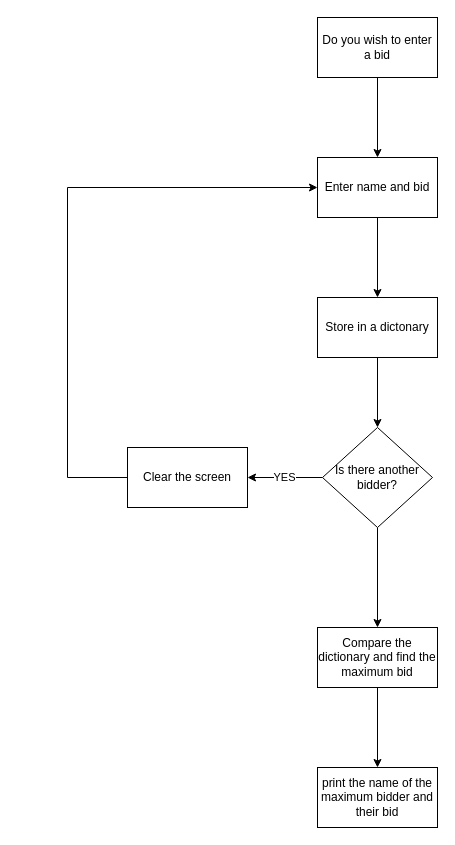
This is BlindAuction.drawio from andoski99/andoski99, a draw.io file, before an edit. Source tidied: cells renumbered, new cells numbered last; positions are measured from the earlier drawing's top-left corner, leaving out a move shared by most shapes. Both pictures are drawn from the tidied source at 100%, with x=0, y=0 at pixel (67, 17).
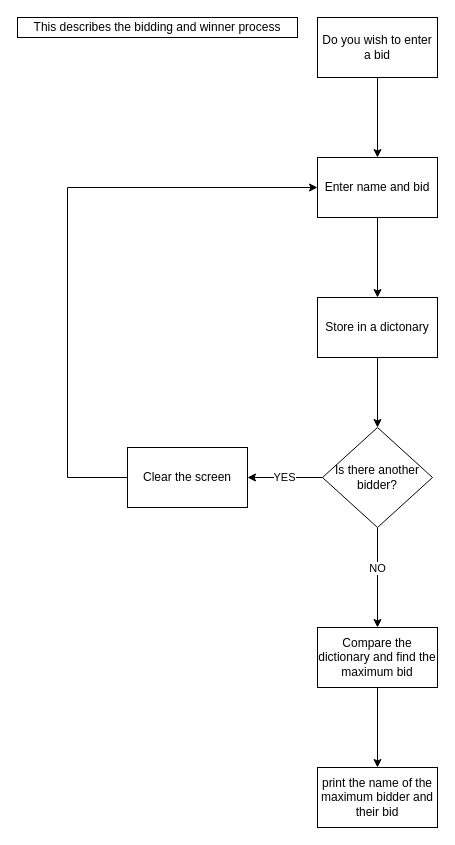
Above is the later version.

What changed in the source:
```diff
@@
 <mxGraphModel>
   <root>
     <mxCell id="0" />
     <mxCell id="1" parent="0" />
     <mxCell id="2" style="edgeStyle=orthogonalEdgeStyle;rounded=0;jettySize=auto;html=1;" parent="1" edge="1" source="3" target="5">
       <mxGeometry relative="1" as="geometry" />
     </mxCell>
     <mxCell id="3" value="Do you wish to enter a bid" style="rounded=0;whiteSpace=wrap;html=1;" parent="1" vertex="1">
       <mxGeometry x="250" width="120" height="60" as="geometry" />
     </mxCell>
     <mxCell id="4" style="edgeStyle=orthogonalEdgeStyle;rounded=0;jettySize=auto;html=1;" parent="1" edge="1" source="5" target="7">
       <mxGeometry relative="1" as="geometry" />
     </mxCell>
     <mxCell id="5" value="Enter name and bid&lt;br&gt;" style="whiteSpace=wrap;html=1;rounded=0;" parent="1" vertex="1">
       <mxGeometry x="250" y="140" width="120" height="60" as="geometry" />
     </mxCell>
     <mxCell id="6" style="edgeStyle=orthogonalEdgeStyle;rounded=0;jettySize=auto;html=1;" parent="1" edge="1" source="7" target="10">
       <mxGeometry relative="1" as="geometry" />
     </mxCell>
     <mxCell id="7" value="Store in a dictonary" style="whiteSpace=wrap;html=1;rounded=0;" parent="1" vertex="1">
       <mxGeometry x="250" y="280" width="120" height="60" as="geometry" />
     </mxCell>
     <mxCell id="8" value="YES" style="edgeStyle=orthogonalEdgeStyle;rounded=0;jettySize=auto;html=1;" parent="1" edge="1" source="10" target="12">
       <mxGeometry relative="1" as="geometry" />
     </mxCell>
     <mxCell id="9" style="edgeStyle=orthogonalEdgeStyle;rounded=0;jettySize=auto;html=1;" parent="1" edge="1" source="10" target="14">
       <mxGeometry relative="1" as="geometry" />
     </mxCell>
+    <mxCell id="16" value="NO" style="edgeLabel;html=1;align=center;verticalAlign=middle;" parent="9" vertex="1">
+      <mxGeometry x="-0.2" y="-1" relative="1" as="geometry" />
+    </mxCell>
     <mxCell id="10" value="Is there another bidder?" style="rhombus;whiteSpace=wrap;html=1;rounded=0;" parent="1" vertex="1">
       <mxGeometry x="255" y="410" width="110" height="100" as="geometry" />
     </mxCell>
     <mxCell id="11" style="edgeStyle=orthogonalEdgeStyle;rounded=0;jettySize=auto;html=1;entryX=0;entryY=0.5;entryDx=0;entryDy=0;" parent="1" edge="1" source="12" target="5">
       <mxGeometry relative="1" as="geometry">
         <Array as="points">
           <mxPoint y="460" />
           <mxPoint y="170" />
         </Array>
       </mxGeometry>
     </mxCell>
     <mxCell id="12" value="Clear the screen" style="whiteSpace=wrap;html=1;rounded=0;" parent="1" vertex="1">
       <mxGeometry x="60" y="430" width="120" height="60" as="geometry" />
     </mxCell>
     <mxCell id="13" style="edgeStyle=orthogonalEdgeStyle;rounded=0;jettySize=auto;html=1;" parent="1" edge="1" source="14" target="15">
       <mxGeometry relative="1" as="geometry" />
     </mxCell>
     <mxCell id="14" value="Compare the dictionary and find the maximum bid" style="whiteSpace=wrap;html=1;rounded=0;" parent="1" vertex="1">
       <mxGeometry x="250" y="610" width="120" height="60" as="geometry" />
     </mxCell>
     <mxCell id="15" value="print the name of the maximum bidder and their bid" style="whiteSpace=wrap;html=1;rounded=0;" parent="1" vertex="1">
       <mxGeometry x="250" y="750" width="120" height="60" as="geometry" />
     </mxCell>
+    <mxCell id="17" value="This describes the bidding and winner process" style="rounded=0;whiteSpace=wrap;html=1;" parent="1" vertex="1">
+      <mxGeometry x="-50" width="280" height="20" as="geometry" />
+    </mxCell>
   </root>
 </mxGraphModel>
```
